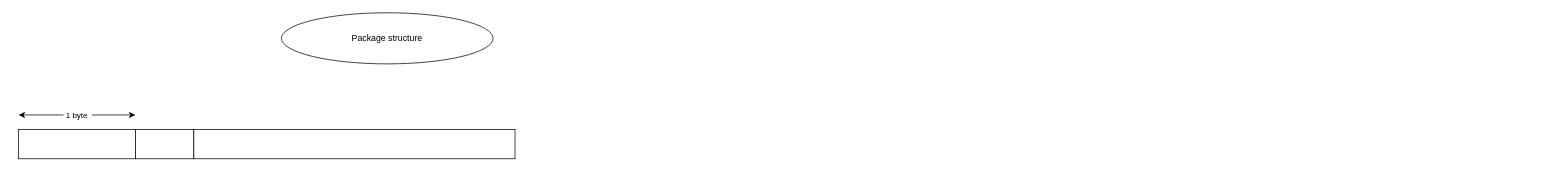
Before: page "package_structure" (2 of 2) of roadmap.drawio in FaolanBig/datii_fastFurier_transmission_protocol, a draw.io diagram. Source tidied: cells renumbered, new cells numbered last; positions are measured from the earlier drawing's top-left corner, leaving out a move shared by most shapes. Both pictures are drawn from the tidied source at 73%, with x=0, y=0 at pixel (18, 12).
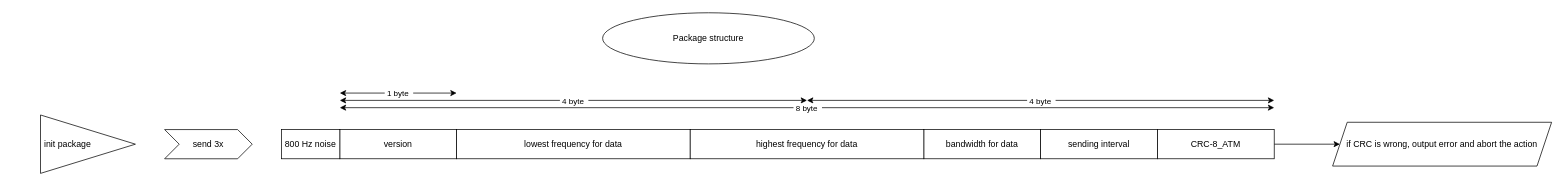
After the change.

Diff of the diagram source:
```diff
@@
     <mxCell id="2" value="Package structure" style="ellipse;whiteSpace=wrap;html=1;" parent="1" vertex="1">
-      <mxGeometry x="360" width="290" height="70" as="geometry" />
+      <mxGeometry x="800" width="290" height="70" as="geometry" />
     </mxCell>
-    <mxCell id="3" style="rounded=0;whiteSpace=wrap;html=1;" parent="1" vertex="1">
-      <mxGeometry y="160" width="160" height="40" as="geometry" />
+    <mxCell id="3" value="bandwidth for data" style="rounded=0;whiteSpace=wrap;html=1;" parent="1" vertex="1">
+      <mxGeometry x="1240" y="160" width="160" height="40" as="geometry" />
     </mxCell>
     <mxCell id="4" style="endArrow=classic;startArrow=classic;html=1;rounded=0;" parent="1" edge="1">
       <mxGeometry relative="1" as="geometry">
-        <mxPoint y="140" as="sourcePoint" />
-        <mxPoint x="160" y="140" as="targetPoint" />
+        <mxPoint x="440" y="120" as="sourcePoint" />
+        <mxPoint x="1080" y="120" as="targetPoint" />
       </mxGeometry>
     </mxCell>
-    <mxCell id="5" value="&amp;nbsp;1 byte&amp;nbsp;&amp;nbsp;" style="edgeLabel;html=1;align=center;verticalAlign=middle;" parent="4" vertex="1">
+    <mxCell id="5" value="&amp;nbsp;4 byte&amp;nbsp;&amp;nbsp;" style="edgeLabel;html=1;align=center;verticalAlign=middle;" parent="4" vertex="1">
       <mxGeometry relative="1" as="geometry" />
     </mxCell>
-    <mxCell id="6" style="rounded=0;whiteSpace=wrap;html=1;" parent="1" vertex="1">
-      <mxGeometry x="160" y="160" width="80" height="40" as="geometry" />
-    </mxCell>
-    <mxCell id="7" style="rounded=0;whiteSpace=wrap;html=1;" parent="1" vertex="1">
-      <mxGeometry x="240" y="160" width="440" height="40" as="geometry" />
-    </mxCell>
+    <mxCell id="8" style="endArrow=classic;startArrow=classic;html=1;rounded=0;" parent="1" edge="1">
+      <mxGeometry relative="1" as="geometry">
+        <mxPoint x="440" y="110" as="sourcePoint" />
+        <mxPoint x="600" y="110" as="targetPoint" />
+      </mxGeometry>
+    </mxCell>
+    <mxCell id="9" value="&amp;nbsp;1 byte&amp;nbsp;&amp;nbsp;" style="edgeLabel;html=1;align=center;verticalAlign=middle;" parent="8" vertex="1">
+      <mxGeometry relative="1" as="geometry" />
+    </mxCell>
+    <mxCell id="10" style="endArrow=classic;startArrow=classic;html=1;rounded=0;" parent="1" edge="1">
+      <mxGeometry relative="1" as="geometry">
+        <mxPoint x="1080" y="120" as="sourcePoint" />
+        <mxPoint x="1720" y="120" as="targetPoint" />
+      </mxGeometry>
+    </mxCell>
+    <mxCell id="11" value="&amp;nbsp;4 byte&amp;nbsp;&amp;nbsp;" style="edgeLabel;html=1;align=center;verticalAlign=middle;" parent="10" vertex="1">
+      <mxGeometry relative="1" as="geometry" />
+    </mxCell>
+    <mxCell id="12" value="version" style="rounded=0;whiteSpace=wrap;html=1;" parent="1" vertex="1">
+      <mxGeometry x="440" y="160" width="160" height="40" as="geometry" />
+    </mxCell>
+    <mxCell id="13" value="lowest frequency for data" style="rounded=0;whiteSpace=wrap;html=1;" parent="1" vertex="1">
+      <mxGeometry x="600" y="160" width="320" height="40" as="geometry" />
+    </mxCell>
+    <mxCell id="14" value="highest frequency for data" style="rounded=0;whiteSpace=wrap;html=1;" parent="1" vertex="1">
+      <mxGeometry x="920" y="160" width="320" height="40" as="geometry" />
+    </mxCell>
+    <mxCell id="15" value="&amp;nbsp;init package" style="triangle;whiteSpace=wrap;html=1;align=left;" parent="1" vertex="1">
+      <mxGeometry x="30" y="140" width="130" height="80" as="geometry" />
+    </mxCell>
+    <mxCell id="16" style="edgeStyle=orthogonalEdgeStyle;rounded=0;jettySize=auto;html=1;" parent="1" edge="1" source="17" target="23">
+      <mxGeometry relative="1" as="geometry" />
+    </mxCell>
+    <mxCell id="17" value="CRC-8_ATM" style="rounded=0;whiteSpace=wrap;html=1;" parent="1" vertex="1">
+      <mxGeometry x="1560" y="160" width="160" height="40" as="geometry" />
+    </mxCell>
+    <mxCell id="18" value="sending interval" style="rounded=0;whiteSpace=wrap;html=1;" parent="1" vertex="1">
+      <mxGeometry x="1400" y="160" width="160" height="40" as="geometry" />
+    </mxCell>
+    <mxCell id="19" style="endArrow=classic;startArrow=classic;html=1;rounded=0;" parent="1" edge="1">
+      <mxGeometry relative="1" as="geometry">
+        <mxPoint x="440" y="130" as="sourcePoint" />
+        <mxPoint x="1720" y="130" as="targetPoint" />
+      </mxGeometry>
+    </mxCell>
+    <mxCell id="20" value="&amp;nbsp;8 byte&amp;nbsp;&amp;nbsp;" style="edgeLabel;html=1;align=center;verticalAlign=middle;" parent="19" vertex="1">
+      <mxGeometry relative="1" as="geometry" />
+    </mxCell>
+    <mxCell id="21" value="800 Hz noise" style="rounded=0;whiteSpace=wrap;html=1;" parent="1" vertex="1">
+      <mxGeometry x="360" y="160" width="80" height="40" as="geometry" />
+    </mxCell>
+    <mxCell id="22" value="send 3x" style="shape=step;perimeter=stepPerimeter;whiteSpace=wrap;html=1;fixedSize=1;" parent="1" vertex="1">
+      <mxGeometry x="200" y="160" width="120" height="40" as="geometry" />
+    </mxCell>
+    <mxCell id="23" value="if CRC is wrong, output error and abort the action" style="shape=parallelogram;perimeter=parallelogramPerimeter;whiteSpace=wrap;html=1;fixedSize=1;rounded=0;" parent="1" vertex="1">
+      <mxGeometry x="1800" y="150" width="300" height="60" as="geometry" />
+    </mxCell>
```
